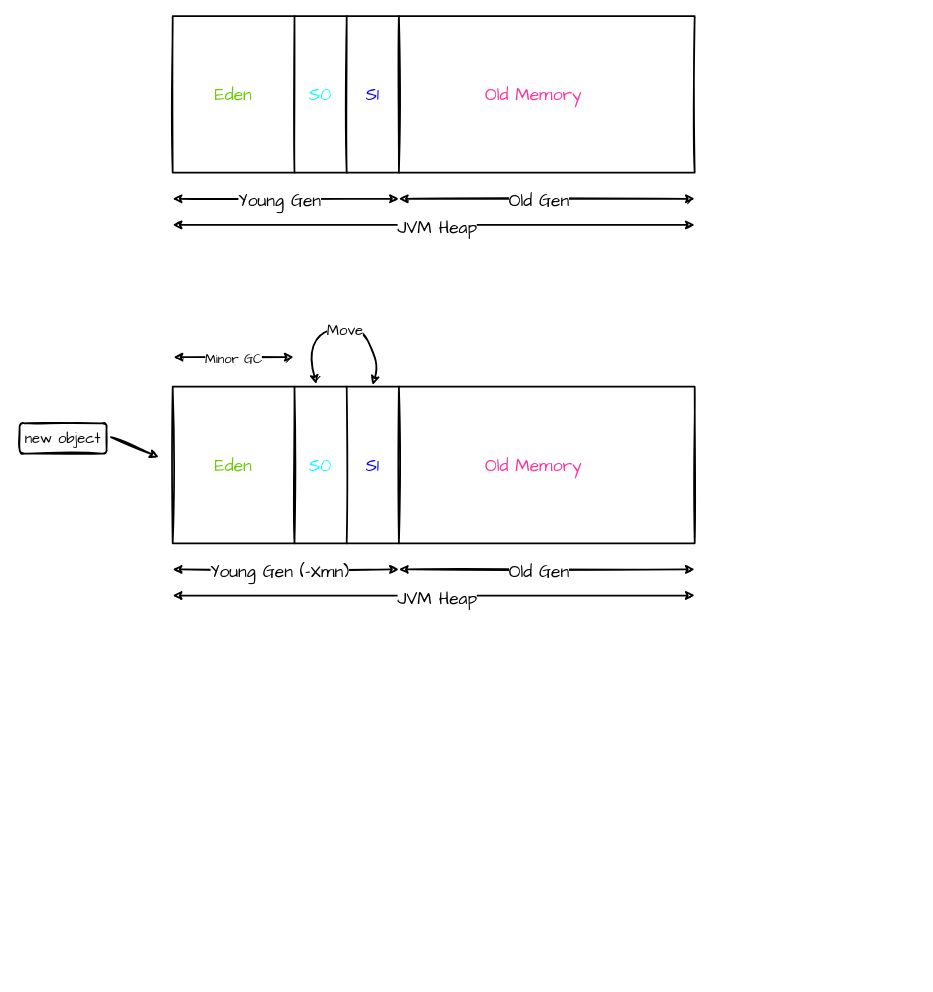
Earlier version of the draw.io diagram image/heap001.drawio (bboysun/DOC_CENTER). Source tidied: cells renumbered, new cells numbered last; positions are measured from the earlier drawing's top-left corner, leaving out a move shared by most shapes. Both pictures are drawn from the tidied source at 87%, with x=0, y=0 at pixel (19, 16).
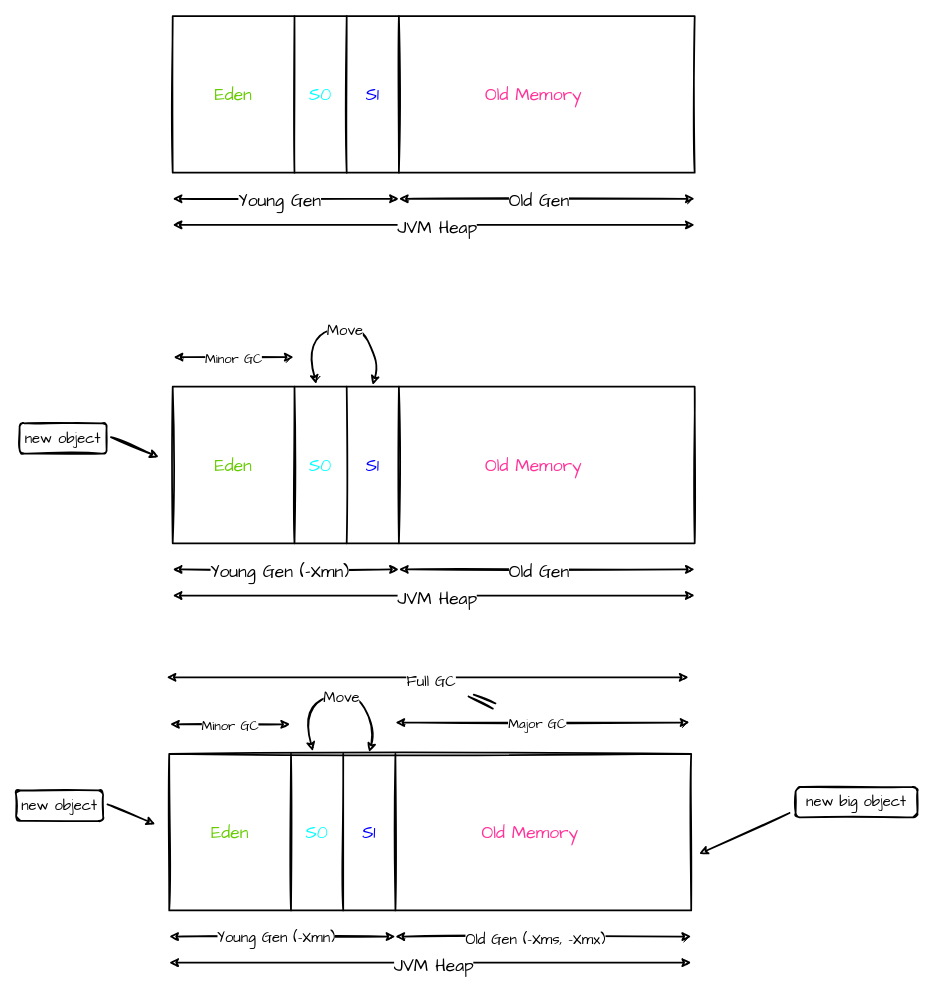
After the change.

Change to the diagram source:
```diff
@@
+    <mxCell id="36" style="rounded=0;whiteSpace=wrap;html=1;sketch=1;strokeWidth=2;" parent="1" vertex="1">
+      <mxGeometry x="172" y="848" width="600" height="180" as="geometry" />
+    </mxCell>
+    <mxCell id="37" style="endArrow=none;html=1;rounded=0;sketch=1;strokeWidth=2;entryX=0.75;entryY=0;entryDx=0;entryDy=0;exitX=0.75;exitY=1;exitDx=0;exitDy=0;" parent="1" edge="1">
+      <mxGeometry relative="1" as="geometry">
+        <mxPoint x="372" y="1028" as="sourcePoint" />
+        <mxPoint x="372" y="848" as="targetPoint" />
+      </mxGeometry>
+    </mxCell>
+    <mxCell id="38" style="endArrow=none;html=1;rounded=0;sketch=1;strokeWidth=2;entryX=0.75;entryY=0;entryDx=0;entryDy=0;exitX=0.75;exitY=1;exitDx=0;exitDy=0;" parent="1" edge="1">
+      <mxGeometry relative="1" as="geometry">
+        <mxPoint x="432" y="1028" as="sourcePoint" />
+        <mxPoint x="432" y="848" as="targetPoint" />
+      </mxGeometry>
+    </mxCell>
+    <mxCell id="39" style="endArrow=none;html=1;rounded=0;sketch=1;strokeWidth=2;entryX=0.75;entryY=0;entryDx=0;entryDy=0;exitX=0.75;exitY=1;exitDx=0;exitDy=0;" parent="1" edge="1">
+      <mxGeometry relative="1" as="geometry">
+        <mxPoint x="312" y="1028" as="sourcePoint" />
+        <mxPoint x="312" y="848" as="targetPoint" />
+      </mxGeometry>
+    </mxCell>
+    <mxCell id="40" value="&lt;font face=&quot;Comic Sans MS&quot; color=&quot;#66cc00&quot;&gt;Eden&lt;/font&gt;" style="text;html=1;strokeColor=none;fillColor=none;align=center;verticalAlign=middle;whiteSpace=wrap;rounded=0;sketch=1;fontSize=20;" parent="1" vertex="1">
+      <mxGeometry x="212" y="923" width="60" height="30" as="geometry" />
+    </mxCell>
+    <mxCell id="41" value="&lt;font color=&quot;#00ffff&quot;&gt;S0&lt;/font&gt;" style="text;html=1;strokeColor=none;fillColor=none;align=center;verticalAlign=middle;whiteSpace=wrap;rounded=0;sketch=1;fontFamily=Comic Sans MS;fontSize=20;" parent="1" vertex="1">
+      <mxGeometry x="312" y="923" width="60" height="30" as="geometry" />
+    </mxCell>
+    <mxCell id="42" value="&lt;font color=&quot;#0000ff&quot;&gt;S1&lt;/font&gt;" style="text;html=1;strokeColor=none;fillColor=none;align=center;verticalAlign=middle;whiteSpace=wrap;rounded=0;sketch=1;fontFamily=Comic Sans MS;fontSize=20;" parent="1" vertex="1">
+      <mxGeometry x="372" y="923" width="60" height="30" as="geometry" />
+    </mxCell>
+    <mxCell id="43" value="&lt;font face=&quot;Comic Sans MS&quot; color=&quot;#ff3399&quot;&gt;Old Memory&lt;/font&gt;" style="text;html=1;strokeColor=none;fillColor=none;align=center;verticalAlign=middle;whiteSpace=wrap;rounded=0;sketch=1;fontSize=20;" parent="1" vertex="1">
+      <mxGeometry x="522" y="923" width="130" height="30" as="geometry" />
+    </mxCell>
+    <mxCell id="44" style="endArrow=classic;startArrow=classic;html=1;rounded=0;sketch=1;fontFamily=Comic Sans MS;fontSize=20;strokeWidth=2;" parent="1" edge="1">
+      <mxGeometry relative="1" as="geometry">
+        <mxPoint x="172" y="1058" as="sourcePoint" />
+        <mxPoint x="432" y="1058" as="targetPoint" />
+      </mxGeometry>
+    </mxCell>
+    <mxCell id="45" value="Young Gen (-Xmn)" style="edgeLabel;html=1;align=center;verticalAlign=middle;fontSize=17;fontFamily=Comic Sans MS;" parent="44" vertex="1">
+      <mxGeometry x="-0.06" y="-1" relative="1" as="geometry" />
+    </mxCell>
+    <mxCell id="46" style="endArrow=classic;startArrow=classic;html=1;rounded=0;sketch=1;fontFamily=Comic Sans MS;fontSize=20;strokeWidth=2;" parent="1" edge="1">
+      <mxGeometry relative="1" as="geometry">
+        <mxPoint x="172" y="1088" as="sourcePoint" />
+        <mxPoint x="772" y="1088" as="targetPoint" />
+      </mxGeometry>
+    </mxCell>
+    <mxCell id="47" value="JVM Heap" style="edgeLabel;html=1;align=center;verticalAlign=middle;fontSize=20;fontFamily=Comic Sans MS;" parent="46" vertex="1">
+      <mxGeometry x="0.01" y="-2" relative="1" as="geometry" />
+    </mxCell>
+    <mxCell id="48" style="endArrow=classic;startArrow=classic;html=1;rounded=0;sketch=1;fontFamily=Comic Sans MS;fontSize=20;strokeWidth=2;" parent="1" edge="1">
+      <mxGeometry relative="1" as="geometry">
+        <mxPoint x="432" y="1058" as="sourcePoint" />
+        <mxPoint x="772" y="1058" as="targetPoint" />
+      </mxGeometry>
+    </mxCell>
+    <mxCell id="49" value="&lt;font style=&quot;font-size: 17px&quot;&gt;Old Gen (-Xms, -Xmx)&lt;/font&gt;" style="edgeLabel;html=1;align=center;verticalAlign=middle;fontSize=20;fontFamily=Comic Sans MS;" parent="48" vertex="1">
+      <mxGeometry x="-0.06" y="-1" relative="1" as="geometry" />
+    </mxCell>
+    <mxCell id="50" style="curved=1;endArrow=classic;html=1;rounded=0;sketch=1;fontFamily=Comic Sans MS;fontSize=20;fontColor=#FF3399;strokeWidth=2;entryX=0.383;entryY=-0.011;entryDx=0;entryDy=0;entryPerimeter=0;exitX=0.275;exitY=-0.017;exitDx=0;exitDy=0;exitPerimeter=0;startArrow=classic;startFill=1;" parent="1" edge="1" source="36" target="36">
+      <mxGeometry relative="1" as="geometry">
+        <Array as="points">
+          <mxPoint x="325" y="793" />
+          <mxPoint x="383" y="772" />
+          <mxPoint x="410" y="819" />
+        </Array>
+      </mxGeometry>
+    </mxCell>
+    <mxCell id="51" value="&lt;font color=&quot;#000000&quot; style=&quot;font-size: 17px&quot;&gt;Move&lt;/font&gt;" style="edgeLabel;html=1;align=center;verticalAlign=middle;fontSize=20;fontFamily=Comic Sans MS;fontColor=#FF3399;" parent="50" vertex="1">
+      <mxGeometry x="-0.01" y="-4" relative="1" as="geometry">
+        <mxPoint x="1" as="offset" />
+      </mxGeometry>
+    </mxCell>
+    <mxCell id="52" style="endArrow=classic;startArrow=classic;html=1;rounded=0;sketch=1;fontFamily=Comic Sans MS;fontSize=20;strokeWidth=2;" parent="1" edge="1">
+      <mxGeometry relative="1" as="geometry">
+        <mxPoint x="173" y="814" as="sourcePoint" />
+        <mxPoint x="311" y="814" as="targetPoint" />
+      </mxGeometry>
+    </mxCell>
+    <mxCell id="53" value="&lt;font style=&quot;font-size: 15px&quot;&gt;Minor GC&lt;/font&gt;" style="edgeLabel;html=1;align=center;verticalAlign=middle;fontSize=20;fontFamily=Comic Sans MS;" parent="52" vertex="1">
+      <mxGeometry x="-0.06" y="-1" relative="1" as="geometry">
+        <mxPoint x="3" y="-2" as="offset" />
+      </mxGeometry>
+    </mxCell>
+    <mxCell id="54" style="endArrow=classic;html=1;rounded=0;sketch=1;fontFamily=Comic Sans MS;fontSize=17;fontColor=#000000;strokeWidth=2;" parent="1" edge="1">
+      <mxGeometry relative="1" as="geometry">
+        <mxPoint x="101" y="906" as="sourcePoint" />
+        <mxPoint x="156" y="929" as="targetPoint" />
+      </mxGeometry>
+    </mxCell>
+    <mxCell id="55" value="new object" style="rounded=1;whiteSpace=wrap;html=1;sketch=1;fontFamily=Comic Sans MS;fontSize=17;fontColor=#000000;strokeWidth=2;" parent="1" vertex="1">
+      <mxGeometry x="-4" y="890" width="100" height="35" as="geometry" />
+    </mxCell>
+    <mxCell id="56" style="endArrow=classic;startArrow=classic;html=1;rounded=0;sketch=1;fontFamily=Comic Sans MS;fontSize=20;strokeWidth=2;" parent="1" edge="1">
+      <mxGeometry relative="1" as="geometry">
+        <mxPoint x="432" y="812" as="sourcePoint" />
+        <mxPoint x="770" y="812" as="targetPoint" />
+      </mxGeometry>
+    </mxCell>
+    <mxCell id="57" value="&lt;font style=&quot;font-size: 15px&quot;&gt;Major GC&lt;/font&gt;" style="edgeLabel;html=1;align=center;verticalAlign=middle;fontSize=20;fontFamily=Comic Sans MS;" parent="56" vertex="1">
+      <mxGeometry x="-0.06" y="-1" relative="1" as="geometry">
+        <mxPoint x="3" y="-2" as="offset" />
+      </mxGeometry>
+    </mxCell>
+    <mxCell id="58" style="endArrow=classic;startArrow=classic;html=1;rounded=0;sketch=1;fontFamily=Comic Sans MS;fontSize=20;strokeWidth=2;" parent="1" edge="1">
+      <mxGeometry relative="1" as="geometry">
+        <mxPoint x="169" y="760" as="sourcePoint" />
+        <mxPoint x="769" y="760" as="targetPoint" />
+      </mxGeometry>
+    </mxCell>
+    <mxCell id="59" value="&lt;span style=&quot;font-size: 17px&quot;&gt;Full GC&lt;/span&gt;" style="edgeLabel;html=1;align=center;verticalAlign=middle;fontSize=20;fontFamily=Comic Sans MS;" parent="58" vertex="1">
+      <mxGeometry x="0.01" y="-2" relative="1" as="geometry" />
+    </mxCell>
+    <mxCell id="60" value="new big object" style="rounded=1;whiteSpace=wrap;html=1;sketch=1;fontFamily=Comic Sans MS;fontSize=17;fontColor=#000000;strokeWidth=2;" parent="1" vertex="1">
+      <mxGeometry x="892" y="886" width="140" height="35" as="geometry" />
+    </mxCell>
+    <mxCell id="61" style="endArrow=classic;html=1;rounded=0;sketch=1;fontFamily=Comic Sans MS;fontSize=17;fontColor=#000000;strokeWidth=2;" parent="1" edge="1">
+      <mxGeometry relative="1" as="geometry">
+        <mxPoint x="885" y="916" as="sourcePoint" />
+        <mxPoint x="781" y="963" as="targetPoint" />
+      </mxGeometry>
+    </mxCell>
+    <mxCell id="62" style="endArrow=none;html=1;rounded=0;sketch=1;fontFamily=Comic Sans MS;fontSize=17;fontColor=#000000;strokeWidth=2;" parent="1" edge="1">
+      <mxGeometry relative="1" as="geometry">
+        <mxPoint x="547" y="790" as="sourcePoint" />
+        <mxPoint x="522" y="780" as="targetPoint" />
+      </mxGeometry>
+    </mxCell>
+    <mxCell id="63" style="endArrow=none;html=1;rounded=0;sketch=1;fontFamily=Comic Sans MS;fontSize=17;fontColor=#000000;strokeWidth=2;" parent="1" edge="1">
+      <mxGeometry relative="1" as="geometry">
+        <mxPoint x="544" y="796" as="sourcePoint" />
+        <mxPoint x="516" y="782" as="targetPoint" />
+      </mxGeometry>
+    </mxCell>
```
